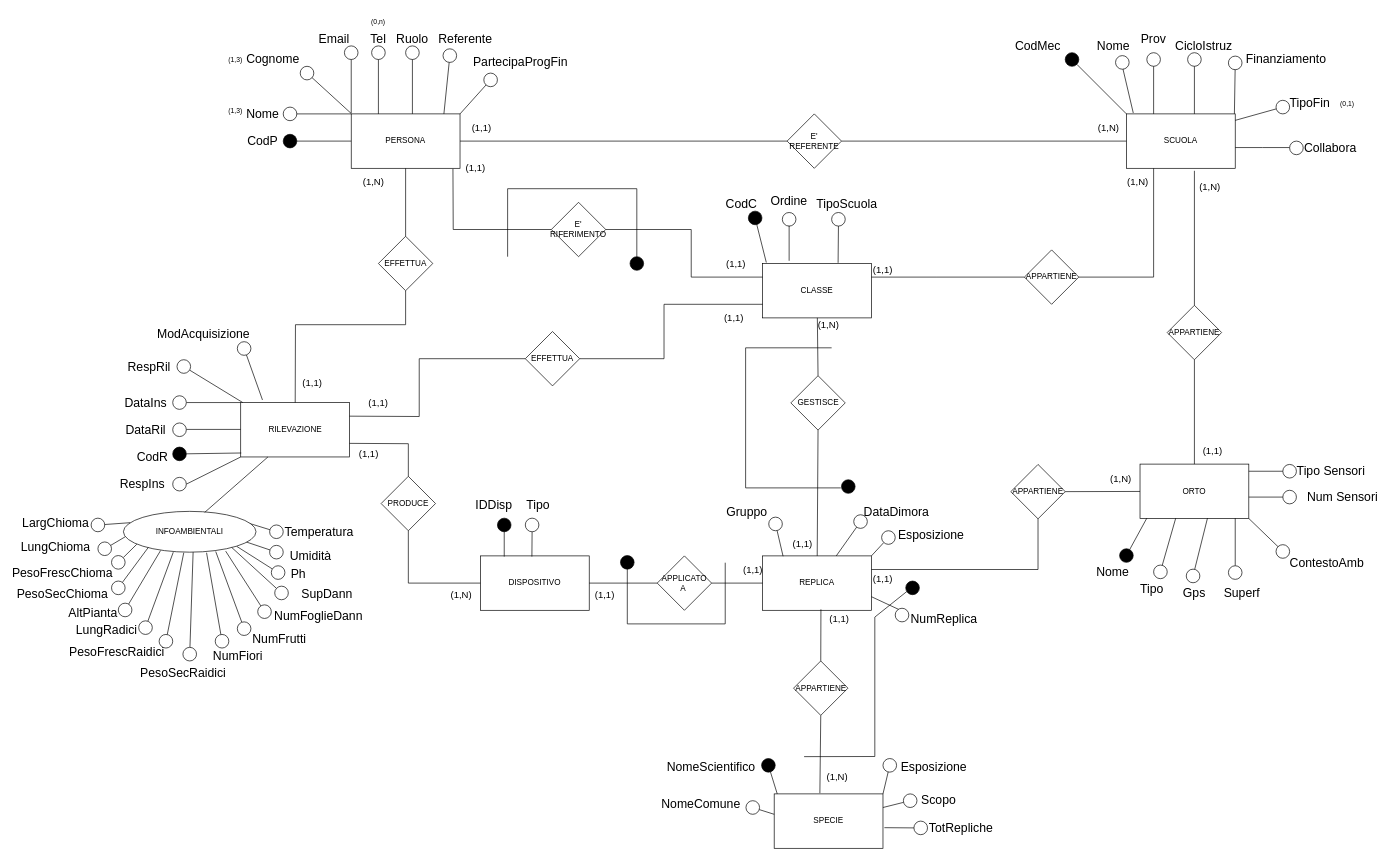
pizzo-kyle/unige keeps this draw.io diagram as BD_ER_Massimo_2023.drawio. Above is the earlier version. Source tidied: cells renumbered, new cells numbered last; positions are measured from the earlier drawing's top-left corner, leaving out a move shared by most shapes. Both pictures are drawn from the tidied source at 68%, with x=0, y=0 at pixel (39, 12).
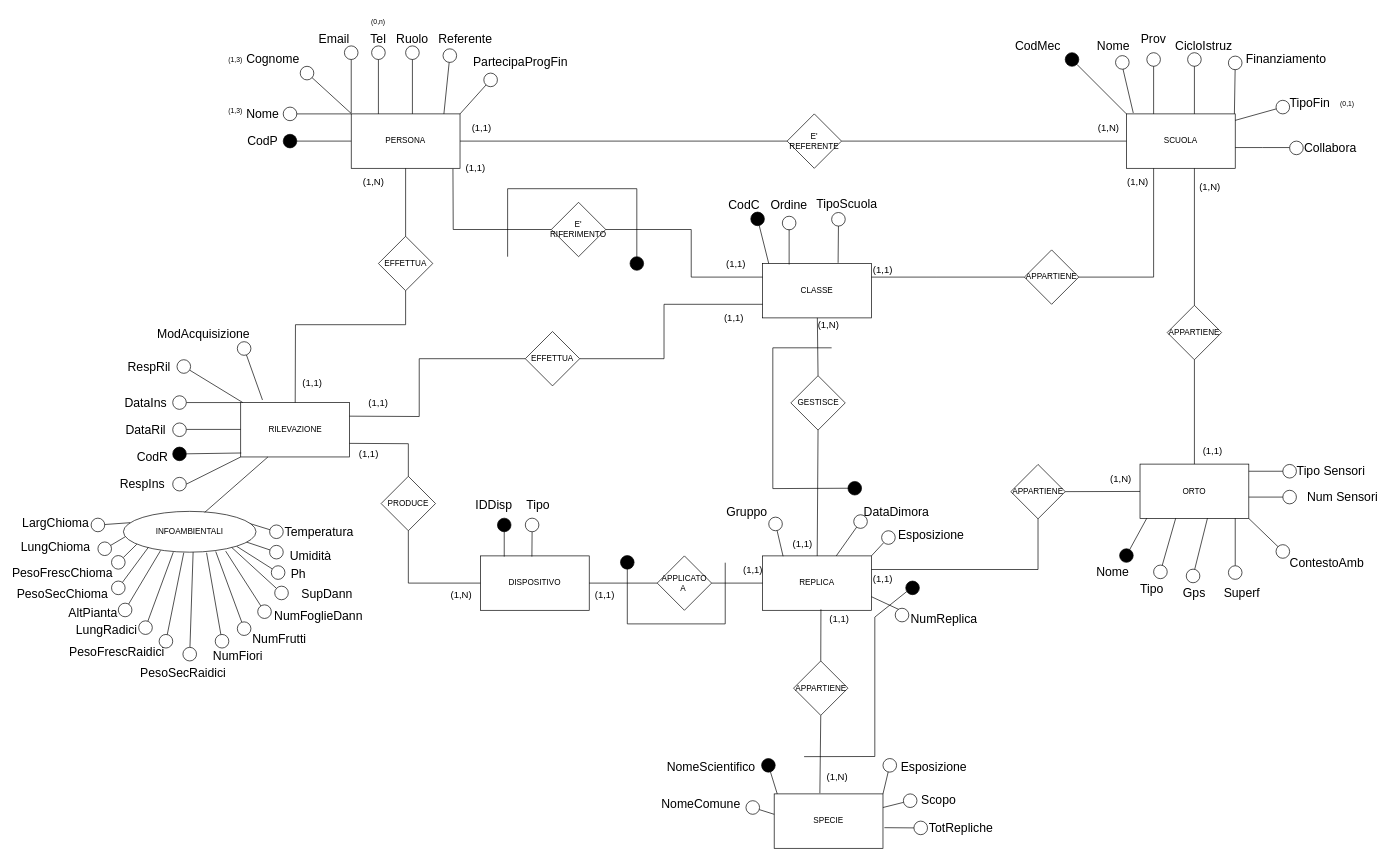
Above is the later version.

The change refers to these unchanged cells:
```xml
<mxCell id="2" value="SCUOLA" style="rounded=0;whiteSpace=wrap;html=1;" parent="1" vertex="1">
  <mxGeometry x="1598" y="150" width="160" height="80" as="geometry" />
</mxCell>
<mxCell id="5" value="CLASSE" style="rounded=0;whiteSpace=wrap;html=1;" parent="1" vertex="1">
  <mxGeometry x="1063" y="370" width="160" height="80" as="geometry" />
</mxCell>
<mxCell id="202" value="APPARTIENE" style="rhombus;whiteSpace=wrap;html=1;" parent="1" vertex="1">
  <mxGeometry x="1658" y="431.5" width="80" height="80" as="geometry" />
</mxCell>
```

Change to the diagram source:
```diff
@@
     <mxCell id="49" value="&lt;font style=&quot;font-size: 18px;&quot;&gt;CodC&lt;/font&gt;" style="text;html=1;strokeColor=none;fillColor=none;align=center;verticalAlign=middle;whiteSpace=wrap;rounded=0;" parent="1" vertex="1">
-      <mxGeometry x="1002" y="271" width="60" height="24" as="geometry" />
+      <mxGeometry x="1005.6" y="272.4" width="60" height="24" as="geometry" />
     </mxCell>
     <mxCell id="50" style="endArrow=none;html=1;rounded=0;" parent="1" edge="1" source="159">
       <mxGeometry relative="1" as="geometry">
-        <mxPoint x="1102" y="306" as="targetPoint" />
+        <mxPoint x="1102" y="311.5" as="targetPoint" />
       </mxGeometry>
     </mxCell>
     <mxCell id="51" style="endArrow=none;html=1;rounded=0;" parent="1" edge="1">
       <mxGeometry relative="1" as="geometry">
-        <mxPoint x="1102" y="366" as="sourcePoint" />
-        <mxPoint x="1102" y="310" as="targetPoint" />
+        <mxPoint x="1102" y="371.5" as="sourcePoint" />
+        <mxPoint x="1102" y="315.5" as="targetPoint" />
       </mxGeometry>
     </mxCell>
     <mxCell id="52" value="&lt;font style=&quot;font-size: 18px;&quot;&gt;Ordine&lt;/font&gt;" style="text;html=1;strokeColor=none;fillColor=none;align=center;verticalAlign=middle;whiteSpace=wrap;rounded=0;" parent="1" vertex="1">
-      <mxGeometry x="1072" y="263" width="60" height="30" as="geometry" />
+      <mxGeometry x="1072" y="268.5" width="60" height="30" as="geometry" />
     </mxCell>
@@
-    <mxCell id="55" style="endArrow=none;html=1;rounded=0;exitX=0.034;exitY=-0.018;exitDx=0;exitDy=0;exitPerimeter=0;" parent="1" edge="1" source="5" target="56">
-      <mxGeometry relative="1" as="geometry" />
+    <mxCell id="55" style="endArrow=none;html=1;rounded=0;exitX=0.034;exitY=-0.018;exitDx=0;exitDy=0;exitPerimeter=0;" parent="1" edge="1" target="56">
+      <mxGeometry relative="1" as="geometry">
+        <mxPoint x="1072" y="370" as="sourcePoint" />
+      </mxGeometry>
     </mxCell>
     <mxCell id="56" style="ellipse;whiteSpace=wrap;html=1;fillColor=#000000;" parent="1" vertex="1">
-      <mxGeometry x="1042" y="293" width="20" height="20" as="geometry" />
+      <mxGeometry x="1045.6" y="294.4" width="20" height="20" as="geometry" />
     </mxCell>
@@
     <mxCell id="158" style="endArrow=none;html=1;rounded=0;" parent="1" edge="1" target="159">
       <mxGeometry relative="1" as="geometry">
-        <mxPoint x="1102" y="310" as="sourcePoint" />
+        <mxPoint x="1102" y="315.5" as="sourcePoint" />
       </mxGeometry>
     </mxCell>
     <mxCell id="159" style="ellipse;whiteSpace=wrap;html=1;fillColor=#FFFFFF;direction=south;gradientColor=none;" parent="1" vertex="1">
-      <mxGeometry x="1092" y="295" width="20" height="20" as="geometry" />
+      <mxGeometry x="1092" y="300.5" width="20" height="20" as="geometry" />
     </mxCell>
@@
     <mxCell id="198" style="ellipse;whiteSpace=wrap;html=1;fillColor=#000000;direction=south;gradientColor=none;" parent="1" vertex="1">
-      <mxGeometry x="1179" y="688" width="20" height="20" as="geometry" />
+      <mxGeometry x="1188.5" y="690.5" width="20" height="20" as="geometry" />
     </mxCell>
@@
-    <mxCell id="203" style="endArrow=none;html=1;rounded=0;entryX=0.625;entryY=1.046;entryDx=0;entryDy=0;exitX=0.5;exitY=0;exitDx=0;exitDy=0;entryPerimeter=0;" parent="1" edge="1" source="202" target="2">
-      <mxGeometry relative="1" as="geometry" />
+    <mxCell id="203" style="endArrow=none;html=1;rounded=0;exitX=0.5;exitY=0;exitDx=0;exitDy=0;" parent="1" edge="1" source="202">
+      <mxGeometry relative="1" as="geometry">
+        <mxPoint x="1698" y="230" as="targetPoint" />
+      </mxGeometry>
     </mxCell>
@@
-    <mxCell id="250" style="endArrow=none;html=1;rounded=0;" parent="1" edge="1">
+    <mxCell id="250" style="endArrow=none;html=1;rounded=0;exitX=0.5;exitY=1;exitDx=0;exitDy=0;" parent="1" edge="1" source="198">
       <mxGeometry relative="1" as="geometry">
-        <mxPoint x="1178" y="700" as="sourcePoint" />
         <mxPoint x="1164.5" y="494" as="targetPoint" />
         <Array as="points">
-          <mxPoint x="1038" y="700" />
-          <mxPoint x="1038" y="494" />
+          <mxPoint x="1078" y="701" />
+          <mxPoint x="1078" y="494" />
         </Array>
       </mxGeometry>
     </mxCell>
```
